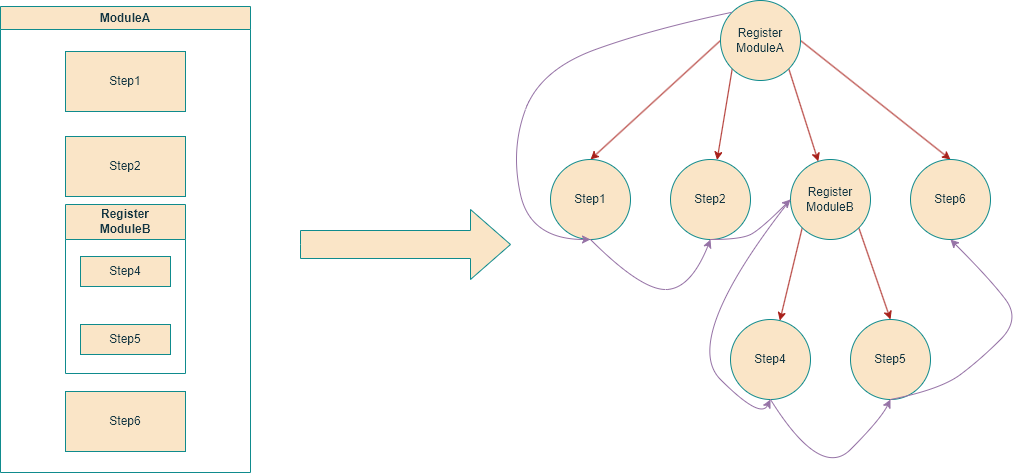
This is docs/2-essentials/images/modules-set-up.drawio.png from VasiliyKolihalov/FatNetLib, a draw.io export, as it was before one commit. Source tidied: cells renumbered, new cells last; positions are measured from the earlier drawing's top-left corner, leaving out a move shared by most shapes. The source it was exported from:
```xml
<mxGraphModel>
  <root>
    <mxCell id="0" />
    <mxCell id="1" parent="0" />
    <mxCell id="2" value="ModuleA" style="swimlane;whiteSpace=wrap;html=1;labelBackgroundColor=none;fillColor=#FAE5C7;strokeColor=#0F8B8D;fontColor=#143642;" parent="1" vertex="1">
      <mxGeometry y="6" width="250" height="466" as="geometry" />
    </mxCell>
    <mxCell id="3" value="Step1" style="rounded=0;whiteSpace=wrap;html=1;labelBackgroundColor=none;fillColor=#FAE5C7;strokeColor=#0F8B8D;fontColor=#143642;" parent="2" vertex="1">
      <mxGeometry x="65" y="45" width="120" height="60" as="geometry" />
    </mxCell>
    <mxCell id="4" value="Step2" style="rounded=0;whiteSpace=wrap;html=1;labelBackgroundColor=none;fillColor=#FAE5C7;strokeColor=#0F8B8D;fontColor=#143642;" parent="2" vertex="1">
      <mxGeometry x="65" y="130" width="120" height="60" as="geometry" />
    </mxCell>
    <mxCell id="5" value="Register &lt;br&gt;ModuleB" style="rounded=0;whiteSpace=wrap;html=1;shape=swimlane;fontStyle=1;startSize=35;labelBackgroundColor=none;fillColor=#FAE5C7;strokeColor=#0F8B8D;fontColor=#143642;" parent="2" vertex="1">
      <mxGeometry x="65" y="198" width="120" height="169" as="geometry" />
    </mxCell>
    <mxCell id="6" value="Step4" style="rounded=0;whiteSpace=wrap;html=1;labelBackgroundColor=none;fillColor=#FAE5C7;strokeColor=#0F8B8D;fontColor=#143642;" parent="5" vertex="1">
      <mxGeometry x="15" y="52" width="90" height="30" as="geometry" />
    </mxCell>
    <mxCell id="7" value="Step5" style="rounded=0;whiteSpace=wrap;html=1;labelBackgroundColor=none;fillColor=#FAE5C7;strokeColor=#0F8B8D;fontColor=#143642;" parent="5" vertex="1">
      <mxGeometry x="15" y="120" width="90" height="30" as="geometry" />
    </mxCell>
    <mxCell id="8" value="Step6" style="rounded=0;whiteSpace=wrap;html=1;labelBackgroundColor=none;fillColor=#FAE5C7;strokeColor=#0F8B8D;fontColor=#143642;" parent="2" vertex="1">
      <mxGeometry x="65" y="385" width="120" height="60" as="geometry" />
    </mxCell>
    <mxCell id="9" style="html=1;shadow=0;dashed=0;align=center;verticalAlign=middle;shape=mxgraph.arrows2.arrow;dy=0.6;dx=40;notch=0;labelBackgroundColor=none;fillColor=#FAE5C7;strokeColor=#0F8B8D;fontColor=#143642;" parent="1" vertex="1">
      <mxGeometry x="300" y="209" width="210" height="70" as="geometry" />
    </mxCell>
    <mxCell id="10" style="rounded=0;jettySize=auto;html=1;entryX=0.5;entryY=0;entryDx=0;entryDy=0;exitX=0;exitY=0.5;exitDx=0;exitDy=0;labelBackgroundColor=none;strokeColor=#A8201A;fontColor=default;" parent="1" edge="1" source="14" target="15">
      <mxGeometry relative="1" as="geometry" />
    </mxCell>
    <mxCell id="11" style="rounded=0;jettySize=auto;html=1;exitX=0;exitY=1;exitDx=0;exitDy=0;labelBackgroundColor=none;strokeColor=#A8201A;fontColor=default;" parent="1" edge="1" source="14" target="16">
      <mxGeometry relative="1" as="geometry" />
    </mxCell>
    <mxCell id="12" style="rounded=0;jettySize=auto;html=1;exitX=1;exitY=1;exitDx=0;exitDy=0;labelBackgroundColor=none;strokeColor=#A8201A;fontColor=default;" parent="1" edge="1" source="14" target="19">
      <mxGeometry relative="1" as="geometry" />
    </mxCell>
    <mxCell id="13" style="rounded=0;jettySize=auto;html=1;entryX=0.5;entryY=0;entryDx=0;entryDy=0;exitX=1;exitY=0.5;exitDx=0;exitDy=0;labelBackgroundColor=none;strokeColor=#A8201A;fontColor=default;" parent="1" edge="1" source="14" target="20">
      <mxGeometry relative="1" as="geometry" />
    </mxCell>
    <mxCell id="14" value="Register&lt;br&gt;ModuleA" style="ellipse;whiteSpace=wrap;html=1;labelBackgroundColor=none;fillColor=#FAE5C7;strokeColor=#0F8B8D;fontColor=#143642;" parent="1" vertex="1">
      <mxGeometry x="720" width="80" height="80" as="geometry" />
    </mxCell>
    <mxCell id="15" value="Step1" style="ellipse;whiteSpace=wrap;html=1;labelBackgroundColor=none;fillColor=#FAE5C7;strokeColor=#0F8B8D;fontColor=#143642;" parent="1" vertex="1">
      <mxGeometry x="550" y="159" width="80" height="80" as="geometry" />
    </mxCell>
    <mxCell id="16" value="Step2" style="ellipse;whiteSpace=wrap;html=1;labelBackgroundColor=none;fillColor=#FAE5C7;strokeColor=#0F8B8D;fontColor=#143642;" parent="1" vertex="1">
      <mxGeometry x="670" y="159" width="80" height="80" as="geometry" />
    </mxCell>
    <mxCell id="17" style="rounded=0;jettySize=auto;html=1;exitX=0;exitY=1;exitDx=0;exitDy=0;labelBackgroundColor=none;strokeColor=#A8201A;fontColor=default;" parent="1" edge="1" source="19" target="21">
      <mxGeometry relative="1" as="geometry" />
    </mxCell>
    <mxCell id="18" style="rounded=0;jettySize=auto;html=1;exitX=1;exitY=1;exitDx=0;exitDy=0;entryX=0.5;entryY=0;entryDx=0;entryDy=0;labelBackgroundColor=none;strokeColor=#A8201A;fontColor=default;" parent="1" edge="1" source="19" target="22">
      <mxGeometry relative="1" as="geometry" />
    </mxCell>
    <mxCell id="19" value="Register&lt;br&gt;ModuleB" style="ellipse;whiteSpace=wrap;html=1;labelBackgroundColor=none;fillColor=#FAE5C7;strokeColor=#0F8B8D;fontColor=#143642;" parent="1" vertex="1">
      <mxGeometry x="790" y="159" width="80" height="80" as="geometry" />
    </mxCell>
    <mxCell id="20" value="Step6" style="ellipse;whiteSpace=wrap;html=1;labelBackgroundColor=none;fillColor=#FAE5C7;strokeColor=#0F8B8D;fontColor=#143642;" parent="1" vertex="1">
      <mxGeometry x="910" y="159" width="80" height="80" as="geometry" />
    </mxCell>
    <mxCell id="21" value="Step4" style="ellipse;whiteSpace=wrap;html=1;labelBackgroundColor=none;fillColor=#FAE5C7;strokeColor=#0F8B8D;fontColor=#143642;" parent="1" vertex="1">
      <mxGeometry x="730" y="319" width="80" height="80" as="geometry" />
    </mxCell>
    <mxCell id="22" value="Step5" style="ellipse;whiteSpace=wrap;html=1;labelBackgroundColor=none;fillColor=#FAE5C7;strokeColor=#0F8B8D;fontColor=#143642;" parent="1" vertex="1">
      <mxGeometry x="850" y="319" width="80" height="80" as="geometry" />
    </mxCell>
    <mxCell id="23" style="curved=1;endArrow=classic;html=1;rounded=0;entryX=0.5;entryY=1;entryDx=0;entryDy=0;exitX=0;exitY=0;exitDx=0;exitDy=0;strokeColor=#9673a6;labelBackgroundColor=none;fontColor=default;fillColor=#e1d5e7;" parent="1" edge="1" source="14" target="15">
      <mxGeometry relative="1" as="geometry">
        <Array as="points">
          <mxPoint x="650" y="29" />
          <mxPoint x="540" y="69" />
          <mxPoint x="510" y="149" />
          <mxPoint x="530" y="239" />
        </Array>
      </mxGeometry>
    </mxCell>
    <mxCell id="24" style="curved=1;endArrow=classic;html=1;rounded=0;entryX=0.5;entryY=1;entryDx=0;entryDy=0;exitX=0.5;exitY=1;exitDx=0;exitDy=0;strokeColor=#9673a6;labelBackgroundColor=none;fontColor=default;fillColor=#e1d5e7;" parent="1" edge="1" source="15" target="16">
      <mxGeometry relative="1" as="geometry">
        <Array as="points">
          <mxPoint x="640" y="289" />
          <mxPoint x="690" y="289" />
        </Array>
      </mxGeometry>
    </mxCell>
    <mxCell id="25" style="curved=1;endArrow=classic;html=1;rounded=0;entryX=0;entryY=0.5;entryDx=0;entryDy=0;exitX=0.5;exitY=1;exitDx=0;exitDy=0;labelBackgroundColor=none;strokeColor=#9673a6;fontColor=default;fillColor=#e1d5e7;" parent="1" edge="1" source="16" target="19">
      <mxGeometry relative="1" as="geometry">
        <Array as="points">
          <mxPoint x="740" y="239" />
          <mxPoint x="760" y="229" />
        </Array>
      </mxGeometry>
    </mxCell>
    <mxCell id="26" style="curved=1;endArrow=classic;html=1;rounded=0;entryX=0.5;entryY=1;entryDx=0;entryDy=0;exitX=0.5;exitY=1;exitDx=0;exitDy=0;labelBackgroundColor=none;strokeColor=#9673a6;fontColor=default;fillColor=#e1d5e7;" parent="1" edge="1" source="22" target="20">
      <mxGeometry relative="1" as="geometry">
        <Array as="points">
          <mxPoint x="940" y="389" />
          <mxPoint x="980" y="359" />
          <mxPoint x="1020" y="319" />
          <mxPoint x="990" y="279" />
        </Array>
      </mxGeometry>
    </mxCell>
    <mxCell id="27" style="curved=1;endArrow=classic;html=1;rounded=0;entryX=0.5;entryY=1;entryDx=0;entryDy=0;exitX=0.5;exitY=1;exitDx=0;exitDy=0;labelBackgroundColor=none;strokeColor=#9673a6;fontColor=default;fillColor=#e1d5e7;" parent="1" edge="1" source="21" target="22">
      <mxGeometry relative="1" as="geometry">
        <Array as="points">
          <mxPoint x="820" y="479" />
          <mxPoint x="880" y="419" />
        </Array>
      </mxGeometry>
    </mxCell>
    <mxCell id="28" style="curved=1;endArrow=classic;html=1;rounded=0;entryX=0.5;entryY=1;entryDx=0;entryDy=0;exitX=0;exitY=0.5;exitDx=0;exitDy=0;labelBackgroundColor=none;strokeColor=#9673a6;fontColor=default;fillColor=#e1d5e7;" parent="1" edge="1" source="19" target="21">
      <mxGeometry relative="1" as="geometry">
        <Array as="points">
          <mxPoint x="680" y="339" />
          <mxPoint x="760" y="419" />
        </Array>
      </mxGeometry>
    </mxCell>
  </root>
</mxGraphModel>
```
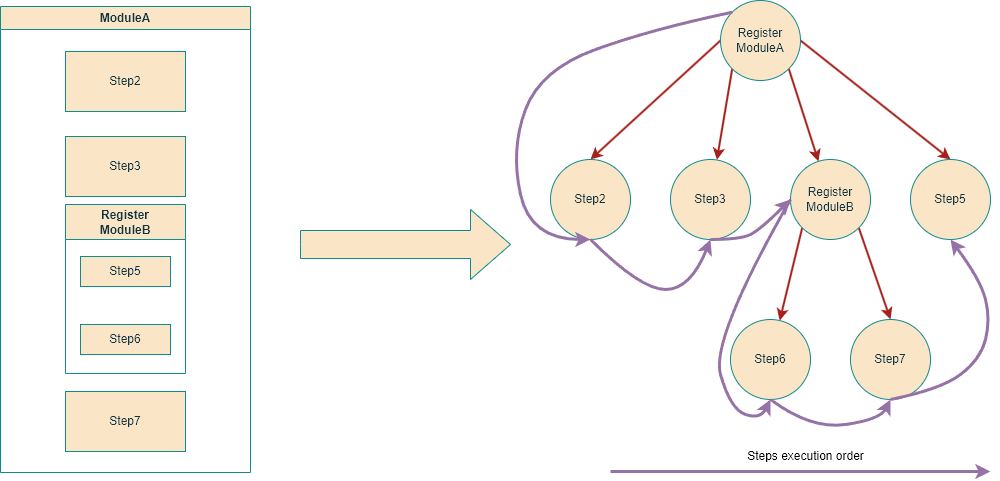
Later version of the same file.

Change to the diagram source:
```diff
@@ -5,67 +5,67 @@
     <mxCell id="2" value="ModuleA" style="swimlane;whiteSpace=wrap;html=1;labelBackgroundColor=none;fillColor=#FAE5C7;strokeColor=#0F8B8D;fontColor=#143642;" parent="1" vertex="1">
       <mxGeometry y="6" width="250" height="466" as="geometry" />
     </mxCell>
-    <mxCell id="3" value="Step1" style="rounded=0;whiteSpace=wrap;html=1;labelBackgroundColor=none;fillColor=#FAE5C7;strokeColor=#0F8B8D;fontColor=#143642;" parent="2" vertex="1">
+    <mxCell id="3" value="Step2" style="rounded=0;whiteSpace=wrap;html=1;labelBackgroundColor=none;fillColor=#FAE5C7;strokeColor=#0F8B8D;fontColor=#143642;" parent="2" vertex="1">
       <mxGeometry x="65" y="45" width="120" height="60" as="geometry" />
     </mxCell>
-    <mxCell id="4" value="Step2" style="rounded=0;whiteSpace=wrap;html=1;labelBackgroundColor=none;fillColor=#FAE5C7;strokeColor=#0F8B8D;fontColor=#143642;" parent="2" vertex="1">
+    <mxCell id="4" value="Step3" style="rounded=0;whiteSpace=wrap;html=1;labelBackgroundColor=none;fillColor=#FAE5C7;strokeColor=#0F8B8D;fontColor=#143642;" parent="2" vertex="1">
       <mxGeometry x="65" y="130" width="120" height="60" as="geometry" />
     </mxCell>
     <mxCell id="5" value="Register &lt;br&gt;ModuleB" style="rounded=0;whiteSpace=wrap;html=1;shape=swimlane;fontStyle=1;startSize=35;labelBackgroundColor=none;fillColor=#FAE5C7;strokeColor=#0F8B8D;fontColor=#143642;" parent="2" vertex="1">
       <mxGeometry x="65" y="198" width="120" height="169" as="geometry" />
     </mxCell>
-    <mxCell id="6" value="Step4" style="rounded=0;whiteSpace=wrap;html=1;labelBackgroundColor=none;fillColor=#FAE5C7;strokeColor=#0F8B8D;fontColor=#143642;" parent="5" vertex="1">
+    <mxCell id="6" value="Step5" style="rounded=0;whiteSpace=wrap;html=1;labelBackgroundColor=none;fillColor=#FAE5C7;strokeColor=#0F8B8D;fontColor=#143642;" parent="5" vertex="1">
       <mxGeometry x="15" y="52" width="90" height="30" as="geometry" />
     </mxCell>
-    <mxCell id="7" value="Step5" style="rounded=0;whiteSpace=wrap;html=1;labelBackgroundColor=none;fillColor=#FAE5C7;strokeColor=#0F8B8D;fontColor=#143642;" parent="5" vertex="1">
+    <mxCell id="7" value="Step6" style="rounded=0;whiteSpace=wrap;html=1;labelBackgroundColor=none;fillColor=#FAE5C7;strokeColor=#0F8B8D;fontColor=#143642;" parent="5" vertex="1">
       <mxGeometry x="15" y="120" width="90" height="30" as="geometry" />
     </mxCell>
-    <mxCell id="8" value="Step6" style="rounded=0;whiteSpace=wrap;html=1;labelBackgroundColor=none;fillColor=#FAE5C7;strokeColor=#0F8B8D;fontColor=#143642;" parent="2" vertex="1">
+    <mxCell id="8" value="Step7" style="rounded=0;whiteSpace=wrap;html=1;labelBackgroundColor=none;fillColor=#FAE5C7;strokeColor=#0F8B8D;fontColor=#143642;" parent="2" vertex="1">
       <mxGeometry x="65" y="385" width="120" height="60" as="geometry" />
     </mxCell>
     <mxCell id="9" style="html=1;shadow=0;dashed=0;align=center;verticalAlign=middle;shape=mxgraph.arrows2.arrow;dy=0.6;dx=40;notch=0;labelBackgroundColor=none;fillColor=#FAE5C7;strokeColor=#0F8B8D;fontColor=#143642;" parent="1" vertex="1">
       <mxGeometry x="300" y="209" width="210" height="70" as="geometry" />
     </mxCell>
-    <mxCell id="10" style="rounded=0;jettySize=auto;html=1;entryX=0.5;entryY=0;entryDx=0;entryDy=0;exitX=0;exitY=0.5;exitDx=0;exitDy=0;labelBackgroundColor=none;strokeColor=#A8201A;fontColor=default;" parent="1" edge="1" source="14" target="15">
+    <mxCell id="10" style="rounded=0;jettySize=auto;html=1;entryX=0.5;entryY=0;entryDx=0;entryDy=0;exitX=0;exitY=0.5;exitDx=0;exitDy=0;labelBackgroundColor=none;strokeColor=#A8201A;fontColor=default;strokeWidth=2;" parent="1" edge="1" source="14" target="15">
       <mxGeometry relative="1" as="geometry" />
     </mxCell>
-    <mxCell id="11" style="rounded=0;jettySize=auto;html=1;exitX=0;exitY=1;exitDx=0;exitDy=0;labelBackgroundColor=none;strokeColor=#A8201A;fontColor=default;" parent="1" edge="1" source="14" target="16">
+    <mxCell id="11" style="rounded=0;jettySize=auto;html=1;exitX=0;exitY=1;exitDx=0;exitDy=0;labelBackgroundColor=none;strokeColor=#A8201A;fontColor=default;strokeWidth=2;" parent="1" edge="1" source="14" target="16">
       <mxGeometry relative="1" as="geometry" />
     </mxCell>
-    <mxCell id="12" style="rounded=0;jettySize=auto;html=1;exitX=1;exitY=1;exitDx=0;exitDy=0;labelBackgroundColor=none;strokeColor=#A8201A;fontColor=default;" parent="1" edge="1" source="14" target="19">
+    <mxCell id="12" style="rounded=0;jettySize=auto;html=1;exitX=1;exitY=1;exitDx=0;exitDy=0;labelBackgroundColor=none;strokeColor=#A8201A;fontColor=default;strokeWidth=2;" parent="1" edge="1" source="14" target="19">
       <mxGeometry relative="1" as="geometry" />
     </mxCell>
-    <mxCell id="13" style="rounded=0;jettySize=auto;html=1;entryX=0.5;entryY=0;entryDx=0;entryDy=0;exitX=1;exitY=0.5;exitDx=0;exitDy=0;labelBackgroundColor=none;strokeColor=#A8201A;fontColor=default;" parent="1" edge="1" source="14" target="20">
+    <mxCell id="13" style="rounded=0;jettySize=auto;html=1;entryX=0.5;entryY=0;entryDx=0;entryDy=0;exitX=1;exitY=0.5;exitDx=0;exitDy=0;labelBackgroundColor=none;strokeColor=#A8201A;fontColor=default;strokeWidth=2;" parent="1" edge="1" source="14" target="20">
       <mxGeometry relative="1" as="geometry" />
     </mxCell>
     <mxCell id="14" value="Register&lt;br&gt;ModuleA" style="ellipse;whiteSpace=wrap;html=1;labelBackgroundColor=none;fillColor=#FAE5C7;strokeColor=#0F8B8D;fontColor=#143642;" parent="1" vertex="1">
       <mxGeometry x="720" width="80" height="80" as="geometry" />
     </mxCell>
-    <mxCell id="15" value="Step1" style="ellipse;whiteSpace=wrap;html=1;labelBackgroundColor=none;fillColor=#FAE5C7;strokeColor=#0F8B8D;fontColor=#143642;" parent="1" vertex="1">
+    <mxCell id="15" value="Step2" style="ellipse;whiteSpace=wrap;html=1;labelBackgroundColor=none;fillColor=#FAE5C7;strokeColor=#0F8B8D;fontColor=#143642;" parent="1" vertex="1">
       <mxGeometry x="550" y="159" width="80" height="80" as="geometry" />
     </mxCell>
-    <mxCell id="16" value="Step2" style="ellipse;whiteSpace=wrap;html=1;labelBackgroundColor=none;fillColor=#FAE5C7;strokeColor=#0F8B8D;fontColor=#143642;" parent="1" vertex="1">
+    <mxCell id="16" value="Step3" style="ellipse;whiteSpace=wrap;html=1;labelBackgroundColor=none;fillColor=#FAE5C7;strokeColor=#0F8B8D;fontColor=#143642;" parent="1" vertex="1">
       <mxGeometry x="670" y="159" width="80" height="80" as="geometry" />
     </mxCell>
-    <mxCell id="17" style="rounded=0;jettySize=auto;html=1;exitX=0;exitY=1;exitDx=0;exitDy=0;labelBackgroundColor=none;strokeColor=#A8201A;fontColor=default;" parent="1" edge="1" source="19" target="21">
+    <mxCell id="17" style="rounded=0;jettySize=auto;html=1;exitX=0;exitY=1;exitDx=0;exitDy=0;labelBackgroundColor=none;strokeColor=#A8201A;fontColor=default;strokeWidth=2;" parent="1" edge="1" source="19" target="21">
       <mxGeometry relative="1" as="geometry" />
     </mxCell>
-    <mxCell id="18" style="rounded=0;jettySize=auto;html=1;exitX=1;exitY=1;exitDx=0;exitDy=0;entryX=0.5;entryY=0;entryDx=0;entryDy=0;labelBackgroundColor=none;strokeColor=#A8201A;fontColor=default;" parent="1" edge="1" source="19" target="22">
+    <mxCell id="18" style="rounded=0;jettySize=auto;html=1;exitX=1;exitY=1;exitDx=0;exitDy=0;entryX=0.5;entryY=0;entryDx=0;entryDy=0;labelBackgroundColor=none;strokeColor=#A8201A;fontColor=default;strokeWidth=2;" parent="1" edge="1" source="19" target="22">
       <mxGeometry relative="1" as="geometry" />
     </mxCell>
     <mxCell id="19" value="Register&lt;br&gt;ModuleB" style="ellipse;whiteSpace=wrap;html=1;labelBackgroundColor=none;fillColor=#FAE5C7;strokeColor=#0F8B8D;fontColor=#143642;" parent="1" vertex="1">
       <mxGeometry x="790" y="159" width="80" height="80" as="geometry" />
     </mxCell>
-    <mxCell id="20" value="Step6" style="ellipse;whiteSpace=wrap;html=1;labelBackgroundColor=none;fillColor=#FAE5C7;strokeColor=#0F8B8D;fontColor=#143642;" parent="1" vertex="1">
+    <mxCell id="20" value="Step5" style="ellipse;whiteSpace=wrap;html=1;labelBackgroundColor=none;fillColor=#FAE5C7;strokeColor=#0F8B8D;fontColor=#143642;" parent="1" vertex="1">
       <mxGeometry x="910" y="159" width="80" height="80" as="geometry" />
     </mxCell>
-    <mxCell id="21" value="Step4" style="ellipse;whiteSpace=wrap;html=1;labelBackgroundColor=none;fillColor=#FAE5C7;strokeColor=#0F8B8D;fontColor=#143642;" parent="1" vertex="1">
+    <mxCell id="21" value="Step6" style="ellipse;whiteSpace=wrap;html=1;labelBackgroundColor=none;fillColor=#FAE5C7;strokeColor=#0F8B8D;fontColor=#143642;" parent="1" vertex="1">
       <mxGeometry x="730" y="319" width="80" height="80" as="geometry" />
     </mxCell>
-    <mxCell id="22" value="Step5" style="ellipse;whiteSpace=wrap;html=1;labelBackgroundColor=none;fillColor=#FAE5C7;strokeColor=#0F8B8D;fontColor=#143642;" parent="1" vertex="1">
+    <mxCell id="22" value="Step7" style="ellipse;whiteSpace=wrap;html=1;labelBackgroundColor=none;fillColor=#FAE5C7;strokeColor=#0F8B8D;fontColor=#143642;" parent="1" vertex="1">
       <mxGeometry x="850" y="319" width="80" height="80" as="geometry" />
     </mxCell>
-    <mxCell id="23" style="curved=1;endArrow=classic;html=1;rounded=0;entryX=0.5;entryY=1;entryDx=0;entryDy=0;exitX=0;exitY=0;exitDx=0;exitDy=0;strokeColor=#9673a6;labelBackgroundColor=none;fontColor=default;fillColor=#e1d5e7;" parent="1" edge="1" source="14" target="15">
+    <mxCell id="23" style="curved=1;endArrow=classic;html=1;rounded=0;entryX=0.5;entryY=1;entryDx=0;entryDy=0;exitX=0;exitY=0;exitDx=0;exitDy=0;strokeColor=#9673a6;labelBackgroundColor=none;fontColor=default;fillColor=#e1d5e7;strokeWidth=3;" parent="1" edge="1" source="14" target="15">
       <mxGeometry relative="1" as="geometry">
         <Array as="points">
           <mxPoint x="650" y="29" />
@@ -75,7 +75,7 @@
         </Array>
       </mxGeometry>
     </mxCell>
-    <mxCell id="24" style="curved=1;endArrow=classic;html=1;rounded=0;entryX=0.5;entryY=1;entryDx=0;entryDy=0;exitX=0.5;exitY=1;exitDx=0;exitDy=0;strokeColor=#9673a6;labelBackgroundColor=none;fontColor=default;fillColor=#e1d5e7;" parent="1" edge="1" source="15" target="16">
+    <mxCell id="24" style="curved=1;endArrow=classic;html=1;rounded=0;entryX=0.5;entryY=1;entryDx=0;entryDy=0;exitX=0.5;exitY=1;exitDx=0;exitDy=0;strokeColor=#9673a6;labelBackgroundColor=none;fontColor=default;fillColor=#e1d5e7;strokeWidth=3;" parent="1" edge="1" source="15" target="16">
       <mxGeometry relative="1" as="geometry">
         <Array as="points">
           <mxPoint x="640" y="289" />
@@ -83,7 +83,7 @@
         </Array>
       </mxGeometry>
     </mxCell>
-    <mxCell id="25" style="curved=1;endArrow=classic;html=1;rounded=0;entryX=0;entryY=0.5;entryDx=0;entryDy=0;exitX=0.5;exitY=1;exitDx=0;exitDy=0;labelBackgroundColor=none;strokeColor=#9673a6;fontColor=default;fillColor=#e1d5e7;" parent="1" edge="1" source="16" target="19">
+    <mxCell id="25" style="curved=1;endArrow=classic;html=1;rounded=0;entryX=0;entryY=0.5;entryDx=0;entryDy=0;exitX=0.5;exitY=1;exitDx=0;exitDy=0;labelBackgroundColor=none;strokeColor=#9673a6;fontColor=default;fillColor=#e1d5e7;strokeWidth=3;" parent="1" edge="1" source="16" target="19">
       <mxGeometry relative="1" as="geometry">
         <Array as="points">
           <mxPoint x="740" y="239" />
@@ -91,31 +91,41 @@
         </Array>
       </mxGeometry>
     </mxCell>
-    <mxCell id="26" style="curved=1;endArrow=classic;html=1;rounded=0;entryX=0.5;entryY=1;entryDx=0;entryDy=0;exitX=0.5;exitY=1;exitDx=0;exitDy=0;labelBackgroundColor=none;strokeColor=#9673a6;fontColor=default;fillColor=#e1d5e7;" parent="1" edge="1" source="22" target="20">
+    <mxCell id="26" style="curved=1;endArrow=classic;html=1;rounded=0;entryX=0.5;entryY=1;entryDx=0;entryDy=0;exitX=0.5;exitY=1;exitDx=0;exitDy=0;labelBackgroundColor=none;strokeColor=#9673a6;fontColor=default;fillColor=#e1d5e7;strokeWidth=3;" parent="1" edge="1" source="22" target="20">
       <mxGeometry relative="1" as="geometry">
         <Array as="points">
           <mxPoint x="940" y="389" />
           <mxPoint x="980" y="359" />
-          <mxPoint x="1020" y="319" />
-          <mxPoint x="990" y="279" />
+          <mxPoint x="990" y="319" />
+          <mxPoint x="980" y="279" />
         </Array>
       </mxGeometry>
     </mxCell>
-    <mxCell id="27" style="curved=1;endArrow=classic;html=1;rounded=0;entryX=0.5;entryY=1;entryDx=0;entryDy=0;exitX=0.5;exitY=1;exitDx=0;exitDy=0;labelBackgroundColor=none;strokeColor=#9673a6;fontColor=default;fillColor=#e1d5e7;" parent="1" edge="1" source="21" target="22">
+    <mxCell id="27" style="curved=1;endArrow=classic;html=1;rounded=0;entryX=0.5;entryY=1;entryDx=0;entryDy=0;exitX=0.5;exitY=1;exitDx=0;exitDy=0;labelBackgroundColor=none;strokeColor=#9673a6;fontColor=default;fillColor=#e1d5e7;strokeWidth=3;" parent="1" edge="1" source="21" target="22">
       <mxGeometry relative="1" as="geometry">
         <Array as="points">
-          <mxPoint x="820" y="479" />
+          <mxPoint x="810" y="429" />
           <mxPoint x="880" y="419" />
         </Array>
       </mxGeometry>
     </mxCell>
-    <mxCell id="28" style="curved=1;endArrow=classic;html=1;rounded=0;entryX=0.5;entryY=1;entryDx=0;entryDy=0;exitX=0;exitY=0.5;exitDx=0;exitDy=0;labelBackgroundColor=none;strokeColor=#9673a6;fontColor=default;fillColor=#e1d5e7;" parent="1" edge="1" source="19" target="21">
+    <mxCell id="28" style="curved=1;endArrow=classic;html=1;rounded=0;entryX=0.5;entryY=1;entryDx=0;entryDy=0;exitX=0;exitY=0.5;exitDx=0;exitDy=0;labelBackgroundColor=none;strokeColor=#9673a6;fontColor=default;fillColor=#e1d5e7;strokeWidth=3;" parent="1" edge="1" source="19" target="21">
       <mxGeometry relative="1" as="geometry">
         <Array as="points">
-          <mxPoint x="680" y="339" />
+          <mxPoint x="710" y="339" />
+          <mxPoint x="730" y="409" />
           <mxPoint x="760" y="419" />
         </Array>
       </mxGeometry>
     </mxCell>
+    <mxCell id="29" style="endArrow=classic;html=1;rounded=0;labelBackgroundColor=none;strokeColor=#9673a6;fillColor=#e1d5e7;strokeWidth=3;" parent="1" edge="1">
+      <mxGeometry relative="1" as="geometry">
+        <mxPoint x="610" y="471" as="sourcePoint" />
+        <mxPoint x="990" y="471" as="targetPoint" />
+      </mxGeometry>
+    </mxCell>
+    <mxCell id="30" value="Steps execution order" style="text;html=1;align=center;verticalAlign=middle;strokeColor=none;fillColor=none;" parent="1" vertex="1">
+      <mxGeometry x="735" y="441" width="140" height="30" as="geometry" />
+    </mxCell>
   </root>
 </mxGraphModel>
```
